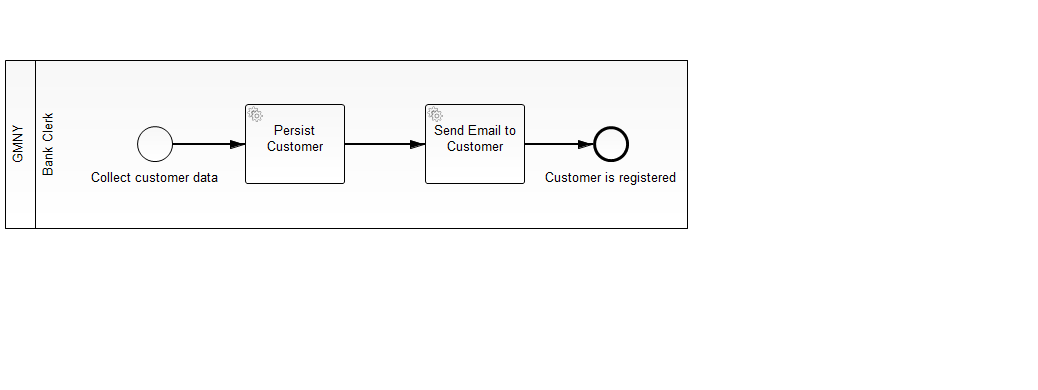
shaunthomas999/GMNY-WFM-CaseStudy keeps this BPMN diagram as GMNYworkflow/gmny/src/main/resources/01-customer-registration.png. Above is the earlier version. Its source is kept beside it as GMNYworkflow/gmny/src/main/resources/01-customer-registration.bpmn. Ids are renumbered.
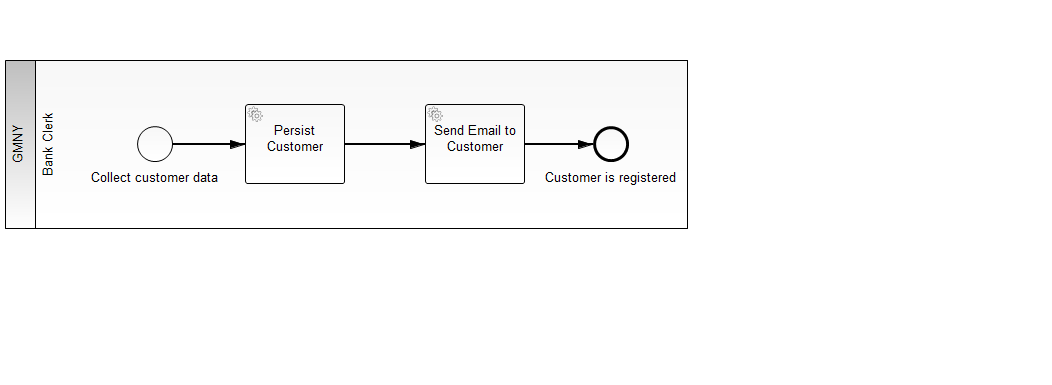
After the change.

Commit message:
changes to process names

What changed in the source:
```diff
@@ -1,8 +1,8 @@
 <bpmn2:definitions xmlns:xsi="http://www.w3.org/2001/XMLSchema-instance" xmlns:bpmn2="http://www.omg.org/spec/BPMN/20100524/MODEL" xmlns:bpmndi="http://www.omg.org/spec/BPMN/20100524/DI" xmlns:camunda="http://activiti.org/bpmn" xmlns:dc="http://www.omg.org/spec/DD/20100524/DC" xmlns:di="http://www.omg.org/spec/DD/20100524/DI" xsi:schemaLocation="http://www.omg.org/spec/BPMN/20100524/MODEL BPMN20.xsd" id="_dozAUAotEeWKruJlMhvudA" exporter="camunda modeler" exporterVersion="2.7.0" targetNamespace="http://activiti.org/bpmn">
   <bpmn2:collaboration id="_Collaboration_2">
-    <bpmn2:participant id="_Participant_2" name="GMNY" processRef="Process_1"/>
+    <bpmn2:participant id="_Participant_2" name="GMNY" processRef="customer-registration"/>
   </bpmn2:collaboration>
-  <bpmn2:process id="Process_1" name="1 - Register Customer" isExecutable="true">
+  <bpmn2:process id="customer-registration" name="1 - Register Customer" isExecutable="true">
     <bpmn2:laneSet id="LaneSet_1" name="Lane Set 1">
       <bpmn2:lane id="Lane_1" name="Bank Clerk">
         <bpmn2:flowNodeRef>CustomerRegStart</bpmn2:flowNodeRef>
```
